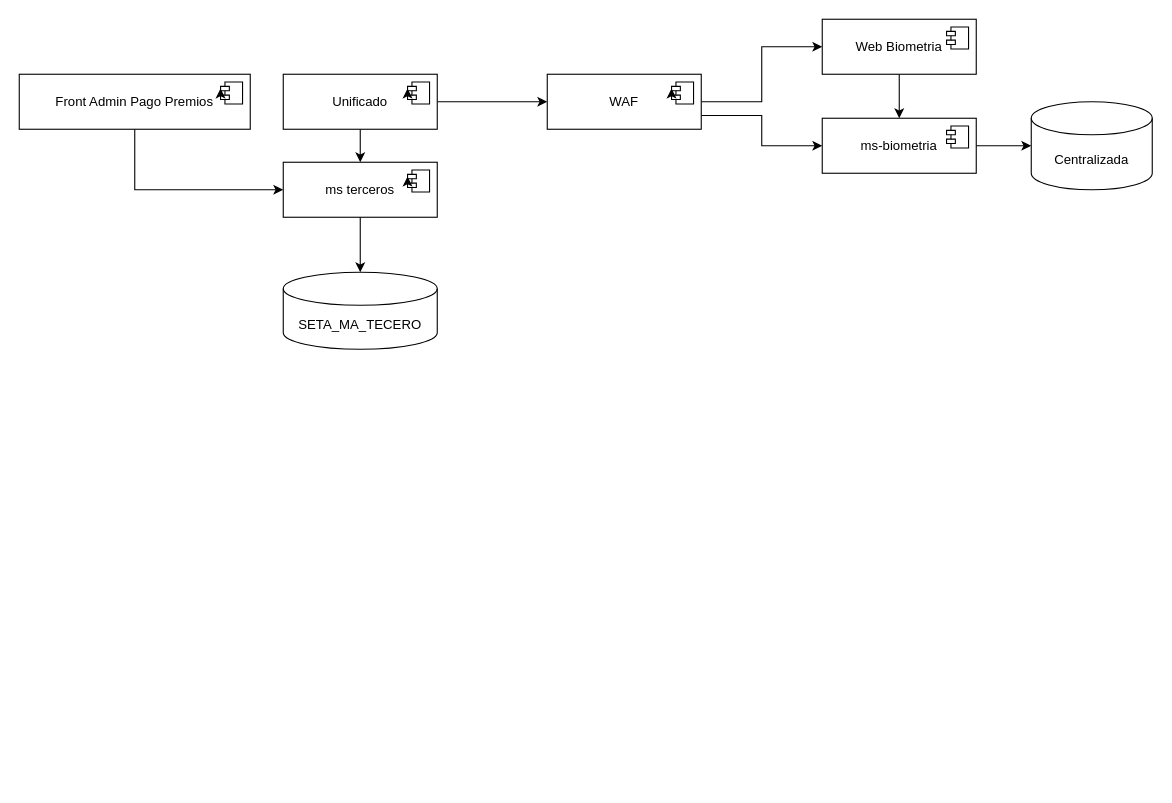
The draw.io diagram page "CRM" (3 of 4) of Biometria.drawio in faberordonez1/diagramas, before the edit. Source tidied: cells renumbered, new cells numbered last; positions are measured from the earlier drawing's top-left corner, leaving out a move shared by most shapes. Both pictures are drawn from the tidied source at 110%, with x=0, y=0 at pixel (19, 19).
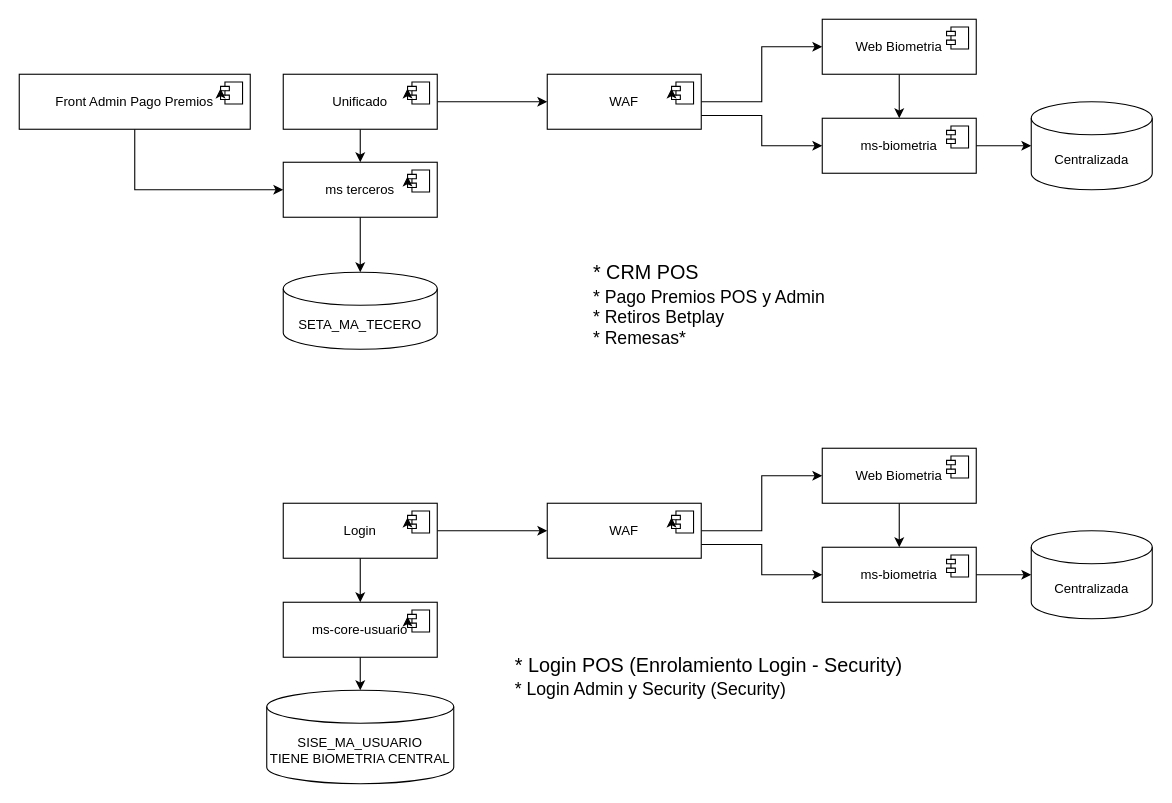
The same page after the edit.

What changed in the source:
```diff
@@
+    <mxCell id="28" value="&lt;font style=&quot;font-size: 18px;&quot;&gt;* CRM POS&lt;/font&gt;&lt;div&gt;&lt;font size=&quot;3&quot;&gt;* Pago Premios POS y Admin&lt;/font&gt;&lt;/div&gt;&lt;div&gt;&lt;font size=&quot;3&quot;&gt;* Retiros Betplay&lt;/font&gt;&lt;/div&gt;&lt;div&gt;&lt;font size=&quot;3&quot;&gt;* Remesas*&lt;/font&gt;&lt;/div&gt;" style="text;html=1;whiteSpace=wrap;strokeColor=none;fillColor=none;align=left;verticalAlign=middle;rounded=0;" parent="1" vertex="1">
+      <mxGeometry x="520" y="220" width="250" height="80" as="geometry" />
+    </mxCell>
+    <mxCell id="29" value="Centralizada" style="shape=cylinder3;whiteSpace=wrap;html=1;boundedLbl=1;backgroundOutline=1;size=15;" parent="1" vertex="1">
+      <mxGeometry x="920" y="465" width="110" height="80" as="geometry" />
+    </mxCell>
+    <mxCell id="30" style="edgeStyle=orthogonalEdgeStyle;rounded=0;jettySize=auto;html=1;exitX=1;exitY=0.5;exitDx=0;exitDy=0;entryX=0;entryY=0.5;entryDx=0;entryDy=0;" parent="1" edge="1" source="32" target="36">
+      <mxGeometry relative="1" as="geometry" />
+    </mxCell>
+    <mxCell id="31" style="edgeStyle=orthogonalEdgeStyle;rounded=0;jettySize=auto;html=1;exitX=1;exitY=0.75;exitDx=0;exitDy=0;entryX=0;entryY=0.5;entryDx=0;entryDy=0;" parent="1" edge="1" source="32" target="38">
+      <mxGeometry relative="1" as="geometry" />
+    </mxCell>
+    <mxCell id="32" value="WAF" style="html=1;whiteSpace=wrap;" parent="1" vertex="1">
+      <mxGeometry x="480" y="440" width="140" height="50" as="geometry" />
+    </mxCell>
+    <mxCell id="33" style="shape=module;jettyWidth=8;jettyHeight=4;" parent="32" vertex="1">
+      <mxGeometry x="1" width="20" height="20" relative="1" as="geometry">
+        <mxPoint x="-27" y="7" as="offset" />
+      </mxGeometry>
+    </mxCell>
+    <mxCell id="34" style="edgeStyle=orthogonalEdgeStyle;rounded=0;orthogonalLoop=1;jettySize=auto;html=1;exitX=0;exitY=0;exitDx=0;exitDy=14;exitPerimeter=0;entryX=0;entryY=0;entryDx=0;entryDy=6;entryPerimeter=0;" parent="32" edge="1" source="33" target="33">
+      <mxGeometry relative="1" as="geometry" />
+    </mxCell>
+    <mxCell id="35" style="edgeStyle=orthogonalEdgeStyle;rounded=0;jettySize=auto;html=1;exitX=0.5;exitY=1;exitDx=0;exitDy=0;entryX=0.5;entryY=0;entryDx=0;entryDy=0;" parent="1" edge="1" source="36" target="38">
+      <mxGeometry relative="1" as="geometry" />
+    </mxCell>
+    <mxCell id="36" value="Web Biometria" style="html=1;whiteSpace=wrap;" parent="1" vertex="1">
+      <mxGeometry x="730" y="390" width="140" height="50" as="geometry" />
+    </mxCell>
+    <mxCell id="37" style="shape=module;jettyWidth=8;jettyHeight=4;" parent="36" vertex="1">
+      <mxGeometry x="1" width="20" height="20" relative="1" as="geometry">
+        <mxPoint x="-27" y="7" as="offset" />
+      </mxGeometry>
+    </mxCell>
+    <mxCell id="38" value="ms-biometria" style="html=1;whiteSpace=wrap;" parent="1" vertex="1">
+      <mxGeometry x="730" y="480" width="140" height="50" as="geometry" />
+    </mxCell>
+    <mxCell id="39" style="shape=module;jettyWidth=8;jettyHeight=4;" parent="38" vertex="1">
+      <mxGeometry x="1" width="20" height="20" relative="1" as="geometry">
+        <mxPoint x="-27" y="7" as="offset" />
+      </mxGeometry>
+    </mxCell>
+    <mxCell id="40" style="edgeStyle=orthogonalEdgeStyle;rounded=0;jettySize=auto;html=1;exitX=1;exitY=0.5;exitDx=0;exitDy=0;entryX=0;entryY=0.5;entryDx=0;entryDy=0;entryPerimeter=0;" parent="1" edge="1" source="38" target="29">
+      <mxGeometry relative="1" as="geometry" />
+    </mxCell>
+    <mxCell id="41" style="edgeStyle=orthogonalEdgeStyle;rounded=0;jettySize=auto;html=1;exitX=1;exitY=0.5;exitDx=0;exitDy=0;entryX=0;entryY=0.5;entryDx=0;entryDy=0;" parent="1" edge="1" source="42" target="32">
+      <mxGeometry relative="1" as="geometry" />
+    </mxCell>
+    <mxCell id="42" value="Login" style="html=1;whiteSpace=wrap;" parent="1" vertex="1">
+      <mxGeometry x="240" y="440" width="140" height="50" as="geometry" />
+    </mxCell>
+    <mxCell id="43" style="shape=module;jettyWidth=8;jettyHeight=4;" parent="42" vertex="1">
+      <mxGeometry x="1" width="20" height="20" relative="1" as="geometry">
+        <mxPoint x="-27" y="7" as="offset" />
+      </mxGeometry>
+    </mxCell>
+    <mxCell id="44" style="edgeStyle=orthogonalEdgeStyle;rounded=0;orthogonalLoop=1;jettySize=auto;html=1;exitX=0;exitY=0;exitDx=0;exitDy=14;exitPerimeter=0;entryX=0;entryY=0;entryDx=0;entryDy=6;entryPerimeter=0;" parent="42" edge="1" source="43" target="43">
+      <mxGeometry relative="1" as="geometry" />
+    </mxCell>
+    <mxCell id="45" value="SISE_MA_USUARIO&lt;br&gt;TIENE BIOMETRIA CENTRAL" style="shape=cylinder3;whiteSpace=wrap;html=1;boundedLbl=1;backgroundOutline=1;size=15;" parent="1" vertex="1">
+      <mxGeometry x="225" y="610" width="170" height="85" as="geometry" />
+    </mxCell>
+    <mxCell id="46" style="edgeStyle=orthogonalEdgeStyle;rounded=0;jettySize=auto;html=1;exitX=0.5;exitY=1;exitDx=0;exitDy=0;entryX=0.5;entryY=0;entryDx=0;entryDy=0;" parent="1" edge="1" source="42" target="48">
+      <mxGeometry relative="1" as="geometry" />
+    </mxCell>
+    <mxCell id="47" value="&lt;font style=&quot;font-size: 18px;&quot;&gt;* Login POS (Enrolamiento Login - Security)&lt;/font&gt;&lt;div&gt;&lt;font size=&quot;3&quot;&gt;* Login Admin y Security (Security)&lt;/font&gt;&lt;/div&gt;" style="text;html=1;whiteSpace=wrap;strokeColor=none;fillColor=none;align=left;verticalAlign=middle;rounded=0;" parent="1" vertex="1">
+      <mxGeometry x="449" y="567.5" width="376" height="60" as="geometry" />
+    </mxCell>
+    <mxCell id="48" value="ms-core-usuario" style="html=1;whiteSpace=wrap;" parent="1" vertex="1">
+      <mxGeometry x="240" y="530" width="140" height="50" as="geometry" />
+    </mxCell>
+    <mxCell id="49" style="shape=module;jettyWidth=8;jettyHeight=4;" parent="48" vertex="1">
+      <mxGeometry x="1" width="20" height="20" relative="1" as="geometry">
+        <mxPoint x="-27" y="7" as="offset" />
+      </mxGeometry>
+    </mxCell>
+    <mxCell id="50" style="edgeStyle=orthogonalEdgeStyle;rounded=0;orthogonalLoop=1;jettySize=auto;html=1;exitX=0;exitY=0;exitDx=0;exitDy=14;exitPerimeter=0;entryX=0;entryY=0;entryDx=0;entryDy=6;entryPerimeter=0;" parent="48" edge="1" source="49" target="49">
+      <mxGeometry relative="1" as="geometry" />
+    </mxCell>
+    <mxCell id="51" style="edgeStyle=orthogonalEdgeStyle;rounded=0;jettySize=auto;html=1;exitX=0.5;exitY=1;exitDx=0;exitDy=0;entryX=0.5;entryY=0;entryDx=0;entryDy=0;entryPerimeter=0;" parent="1" edge="1" source="48" target="45">
+      <mxGeometry relative="1" as="geometry" />
+    </mxCell>
```
